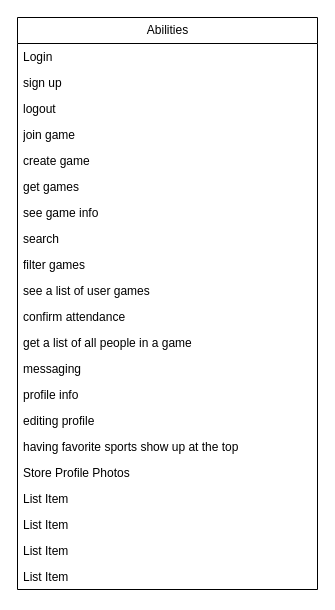
Sroberts03/pickup keeps this draw.io diagram as page "Needed app abilities" (1 of 5) of diagrams/pickupDB.drawio. Above is the earlier version. Source tidied: cells renumbered, new cells numbered last; positions are measured from the earlier drawing's top-left corner, leaving out a move shared by most shapes. Both pictures are drawn from the tidied source at 100%, with x=0, y=0 at pixel (17, 17).
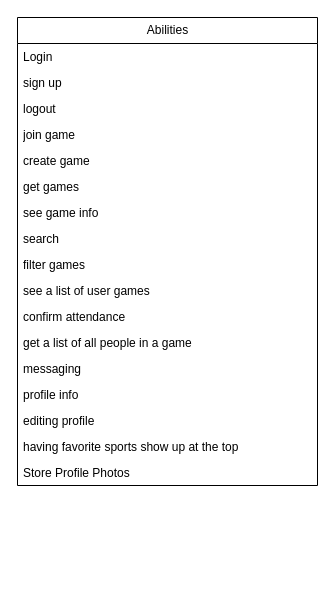
The same diagram, later.

Commit message:
feat: update diagram dimensions and refine layout for better clarity

Change to the diagram source:
```diff
@@
     <mxCell id="2" value="Abilities" style="swimlane;fontStyle=0;horizontal=1;startSize=26;fillColor=none;html=1;" parent="1" vertex="1">
-      <mxGeometry width="300" height="572" as="geometry" />
+      <mxGeometry width="300" height="468" as="geometry" />
     </mxCell>
@@
-    <mxCell id="20" value="List Item" style="text;strokeColor=none;fillColor=none;align=left;verticalAlign=top;spacingLeft=4;spacingRight=4;overflow=hidden;whiteSpace=wrap;html=1;" parent="2" vertex="1">
-      <mxGeometry y="468" width="300" height="26" as="geometry" />
-    </mxCell>
-    <mxCell id="21" value="List Item" style="text;strokeColor=none;fillColor=none;align=left;verticalAlign=top;spacingLeft=4;spacingRight=4;overflow=hidden;whiteSpace=wrap;html=1;" parent="2" vertex="1">
-      <mxGeometry y="494" width="300" height="26" as="geometry" />
-    </mxCell>
-    <mxCell id="22" value="List Item" style="text;strokeColor=none;fillColor=none;align=left;verticalAlign=top;spacingLeft=4;spacingRight=4;overflow=hidden;whiteSpace=wrap;html=1;" parent="2" vertex="1">
-      <mxGeometry y="520" width="300" height="26" as="geometry" />
-    </mxCell>
-    <mxCell id="23" value="List Item" style="text;strokeColor=none;fillColor=none;align=left;verticalAlign=top;spacingLeft=4;spacingRight=4;overflow=hidden;whiteSpace=wrap;html=1;" parent="2" vertex="1">
-      <mxGeometry y="546" width="300" height="26" as="geometry" />
-    </mxCell>
```
